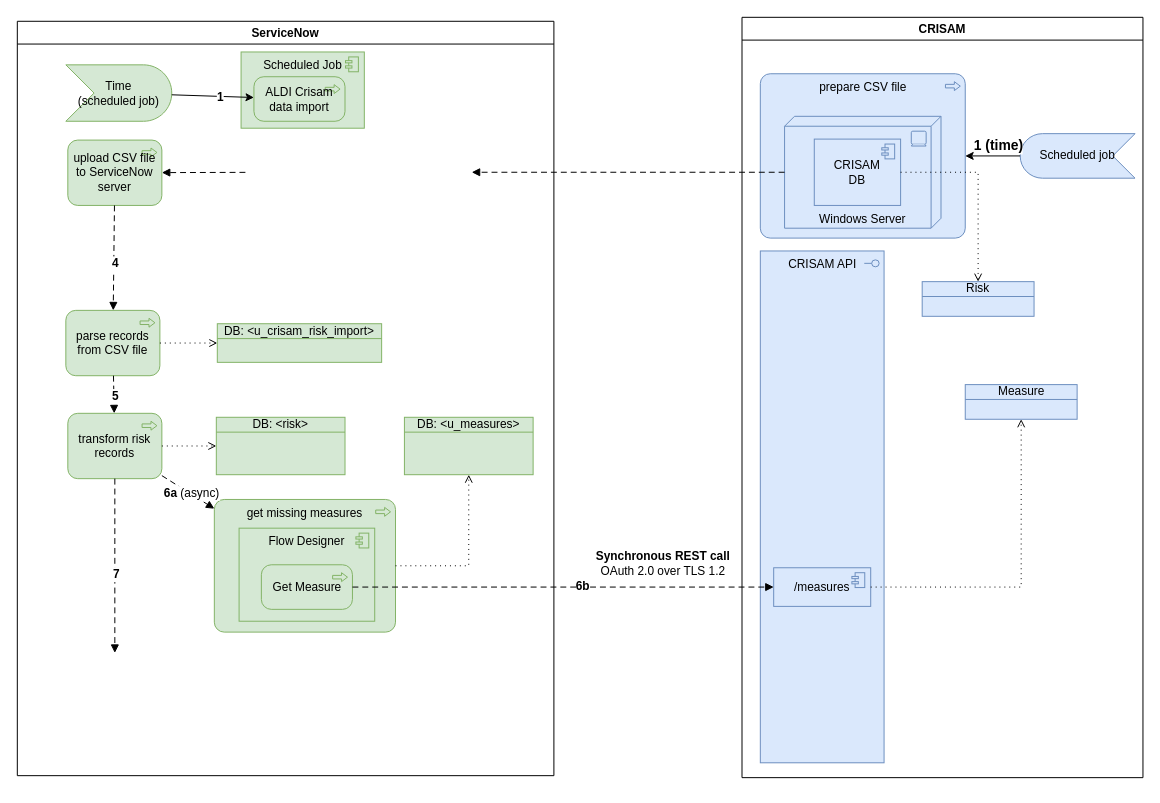
Earlier version of the draw.io diagram page "Crisam2SnNightly" (15 of 22) of AldiCrisam.drawio (algimas/tmp). Source tidied: cells renumbered, new cells numbered last; positions are measured from the earlier drawing's top-left corner, leaving out a move shared by most shapes. Both pictures are drawn from the tidied source at 99%, with x=0, y=0 at pixel (17, 17).
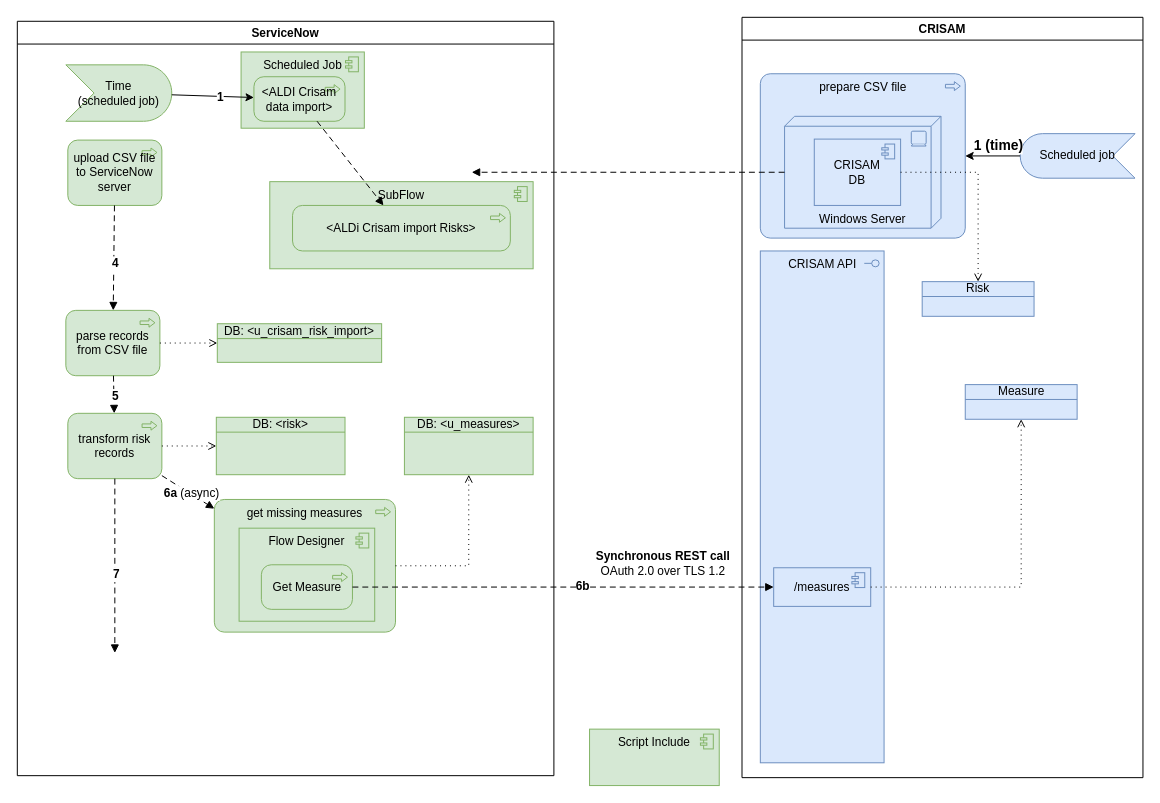
After the change.

Unchanged cells that the change refers to:
```xml
<mxCell id="12" value="ServiceNow" style="swimlane;" parent="1" vertex="1">
  <mxGeometry y="4" width="542" height="762" as="geometry" />
</mxCell>
<mxCell id="21" value="upload CSV file to ServiceNow server" style="html=1;outlineConnect=0;whiteSpace=wrap;fillColor=#d5e8d4;shape=mxgraph.archimate3.application;appType=proc;archiType=rounded;strokeColor=#82b366;verticalAlign=middle;" parent="12" vertex="1">
  <mxGeometry x="51" y="120" width="95" height="66" as="geometry" />
</mxCell>
```

Change to the diagram source:
```diff
@@
-    <mxCell id="22" style="html=1;endArrow=block;dashed=1;elbow=vertical;endFill=1;dashPattern=6 4;rounded=0;fontSize=12;" parent="12" edge="1" target="21">
-      <mxGeometry relative="1" as="geometry">
-        <mxPoint x="230.4" y="152.6" as="sourcePoint" />
-      </mxGeometry>
-    </mxCell>
@@
-    <mxCell id="36" value="ALDI Crisam data import" style="html=1;outlineConnect=0;whiteSpace=wrap;fillColor=#d5e8d4;shape=mxgraph.archimate3.application;appType=proc;archiType=rounded;strokeColor=#82b366;" parent="12" vertex="1">
+    <mxCell id="36" value="&amp;lt;ALDI Crisam data import&amp;gt;" style="html=1;outlineConnect=0;whiteSpace=wrap;fillColor=#d5e8d4;shape=mxgraph.archimate3.application;appType=proc;archiType=rounded;strokeColor=#82b366;" parent="12" vertex="1">
       <mxGeometry x="239" y="56" width="92" height="45" as="geometry" />
     </mxCell>
@@
+    <mxCell id="46" value="SubFlow" style="html=1;whiteSpace=wrap;fillColor=#d5e8d4;shape=mxgraph.archimate3.application;appType=comp;archiType=square;strokeColor=#82b366;verticalAlign=top;" parent="12" vertex="1">
+      <mxGeometry x="255" y="162" width="266" height="88" as="geometry" />
+    </mxCell>
+    <mxCell id="47" value="&amp;lt;ALDi Crisam import Risks&amp;gt;" style="html=1;outlineConnect=0;whiteSpace=wrap;fillColor=#d5e8d4;shape=mxgraph.archimate3.application;appType=proc;archiType=rounded;strokeColor=#82b366;" parent="12" vertex="1">
+      <mxGeometry x="278" y="186" width="220" height="46" as="geometry" />
+    </mxCell>
@@
+    <mxCell id="48" style="html=1;endArrow=block;dashed=1;elbow=vertical;endFill=1;dashPattern=6 4;rounded=0;fontSize=12;" parent="1" edge="1" target="47">
+      <mxGeometry relative="1" as="geometry">
+        <mxPoint x="302.8" y="105" as="sourcePoint" />
+      </mxGeometry>
+    </mxCell>
+    <mxCell id="49" value="Script Include" style="html=1;whiteSpace=wrap;fillColor=#d5e8d4;shape=mxgraph.archimate3.application;appType=comp;archiType=square;strokeColor=#82b366;verticalAlign=top;" parent="1" vertex="1">
+      <mxGeometry x="578" y="719" width="131" height="57" as="geometry" />
+    </mxCell>
```
